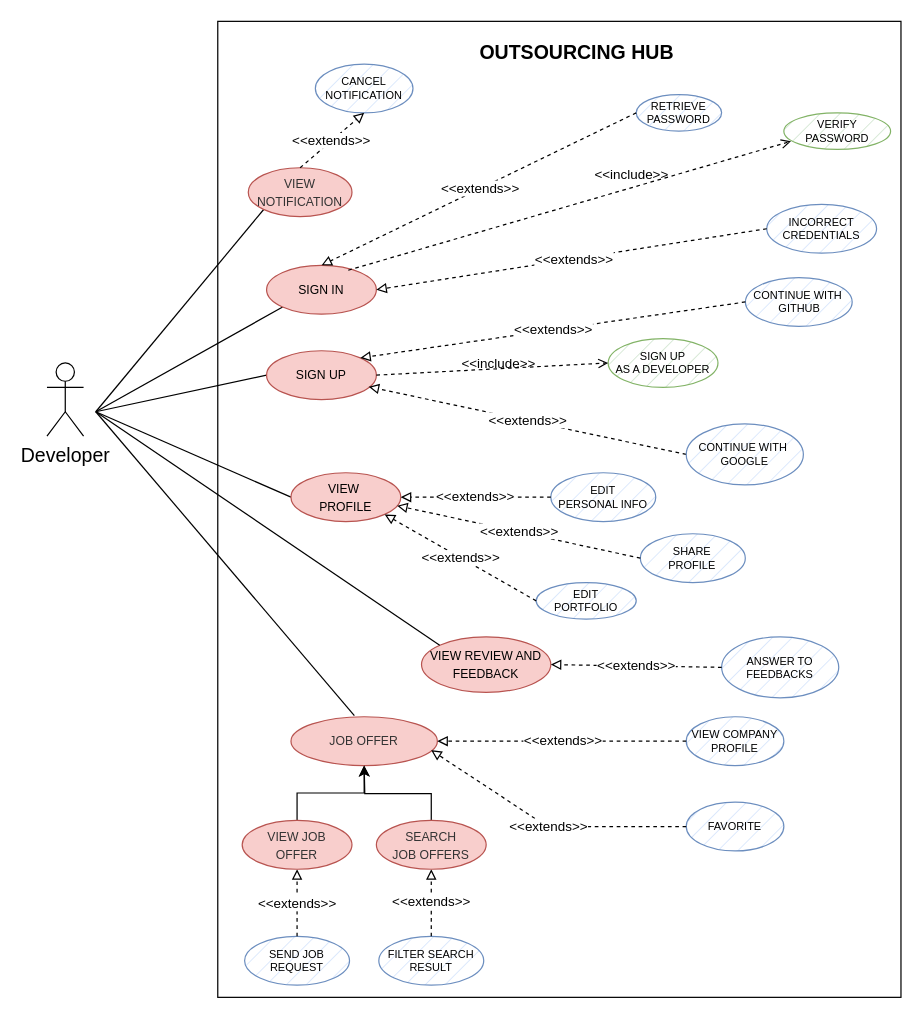
Before: use_cases/use_cases_dev.drawio in mattiadanisi00/ids, a draw.io diagram. Source tidied: cells renumbered, new cells numbered last; positions are measured from the earlier drawing's top-left corner, leaving out a move shared by most shapes. Both pictures are drawn from the tidied source at 122%, with x=0, y=0 at pixel (46, 21).
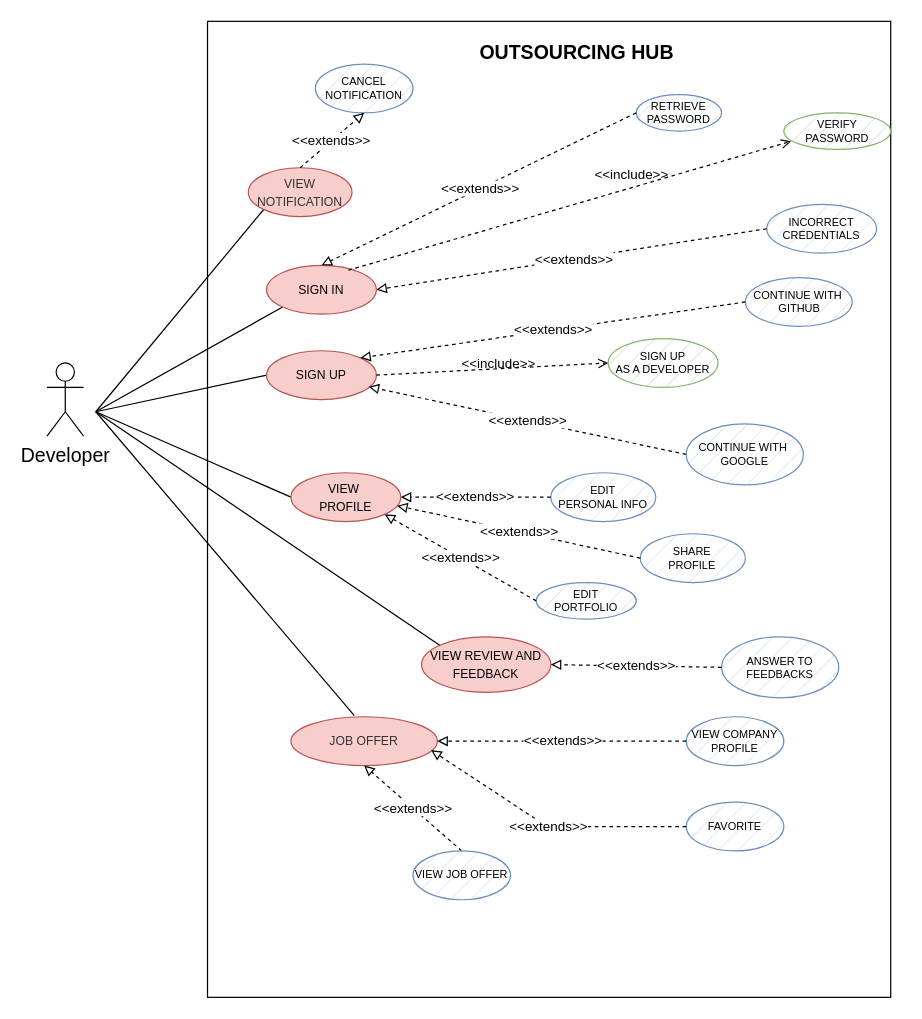
Above is the later version.

The change refers to these unchanged cells:
```xml
<mxCell id="27" value="&lt;span style=&quot;caret-color: rgb(0, 0, 0); font-family: Helvetica; font-size: x-small; font-style: normal; font-variant-caps: normal; font-weight: 400; letter-spacing: normal; text-align: center; text-indent: 0px; text-transform: none; word-spacing: 0px; -webkit-text-stroke-width: 0px; text-decoration: none; float: none; display: inline !important;&quot;&gt;&lt;font color=&quot;#333333&quot;&gt;JOB OFFER&lt;/font&gt;&lt;/span&gt;" style="ellipse;whiteSpace=wrap;html=1;fillColor=#f8cecc;strokeColor=#b85450;" parent="1" vertex="1">
  <mxGeometry x="200" y="570" width="120" height="40" as="geometry" />
</mxCell>
```

Diff of the diagram source:
```diff
@@
     <mxCell id="2" style="rounded=0;whiteSpace=wrap;html=1;" parent="1" vertex="1">
-      <mxGeometry x="140" width="560" height="800" as="geometry" />
+      <mxGeometry x="131.6" width="560" height="800" as="geometry" />
     </mxCell>
@@
-    <mxCell id="29" value="&lt;font style=&quot;font-size: 9px;&quot;&gt;SEND JOB&lt;br&gt;REQUEST&lt;br style=&quot;font-size: 9px;&quot;&gt;&lt;/font&gt;" style="ellipse;whiteSpace=wrap;html=1;fillColor=#dae8fc;strokeColor=#6c8ebf;fontSize=9;strokeWidth=1;fillStyle=hatch;" parent="1" vertex="1">
-      <mxGeometry x="162" y="750" width="86" height="40" as="geometry" />
-    </mxCell>
-    <mxCell id="30" value="&lt;font style=&quot;font-size: 9px;&quot;&gt;FILTER SEARCH RESULT&lt;br style=&quot;font-size: 9px;&quot;&gt;&lt;/font&gt;" style="ellipse;whiteSpace=wrap;html=1;fillColor=#dae8fc;strokeColor=#6c8ebf;fontSize=9;strokeWidth=1;fillStyle=hatch;" parent="1" vertex="1">
-      <mxGeometry x="272" y="750" width="86" height="40" as="geometry" />
-    </mxCell>
@@
-    <mxCell id="32" value="&amp;lt;&amp;lt;extends&amp;gt;&amp;gt;" style="endArrow=block;endFill=0;html=1;rounded=0;dashed=1;exitX=0.5;exitY=0;exitDx=0;exitDy=0;entryX=0.5;entryY=1;entryDx=0;entryDy=0;" parent="1" edge="1" source="30" target="46">
-      <mxGeometry relative="1" as="geometry" />
-    </mxCell>
@@
-    <mxCell id="34" value="&amp;lt;&amp;lt;extends&amp;gt;&amp;gt;" style="endArrow=block;endFill=0;html=1;rounded=0;dashed=1;exitX=0.5;exitY=0;exitDx=0;exitDy=0;entryX=0.5;entryY=1;entryDx=0;entryDy=0;" parent="1" edge="1" source="29" target="44">
-      <mxGeometry x="-0.01" relative="1" as="geometry" />
-    </mxCell>
@@
-    <mxCell id="43" style="edgeStyle=orthogonalEdgeStyle;rounded=0;jettySize=auto;html=1;exitX=0.5;exitY=0;exitDx=0;exitDy=0;entryX=0.5;entryY=1;entryDx=0;entryDy=0;" parent="1" edge="1" source="44" target="27">
-      <mxGeometry relative="1" as="geometry" />
-    </mxCell>
-    <mxCell id="44" value="&lt;span style=&quot;caret-color: rgb(0, 0, 0); font-family: Helvetica; font-size: x-small; font-style: normal; font-variant-caps: normal; font-weight: 400; letter-spacing: normal; text-align: center; text-indent: 0px; text-transform: none; word-spacing: 0px; -webkit-text-stroke-width: 0px; text-decoration: none; float: none; display: inline !important;&quot;&gt;&lt;font color=&quot;#333333&quot;&gt;VIEW JOB&lt;br&gt;OFFER&lt;br&gt;&lt;/font&gt;&lt;/span&gt;" style="ellipse;whiteSpace=wrap;html=1;fillColor=#f8cecc;strokeColor=#b85450;" parent="1" vertex="1">
-      <mxGeometry x="160" y="655" width="90" height="40" as="geometry" />
-    </mxCell>
-    <mxCell id="45" style="edgeStyle=orthogonalEdgeStyle;rounded=0;jettySize=auto;html=1;exitX=0.5;exitY=0;exitDx=0;exitDy=0;" parent="1" edge="1" source="46">
-      <mxGeometry relative="1" as="geometry">
-        <mxPoint x="260" y="610" as="targetPoint" />
-      </mxGeometry>
-    </mxCell>
-    <mxCell id="46" value="&lt;span style=&quot;caret-color: rgb(0, 0, 0); font-family: Helvetica; font-size: x-small; font-style: normal; font-variant-caps: normal; font-weight: 400; letter-spacing: normal; text-align: center; text-indent: 0px; text-transform: none; word-spacing: 0px; -webkit-text-stroke-width: 0px; text-decoration: none; float: none; display: inline !important;&quot;&gt;&lt;font color=&quot;#333333&quot;&gt;SEARCH&lt;br&gt;JOB OFFERS&lt;br&gt;&lt;/font&gt;&lt;/span&gt;" style="ellipse;whiteSpace=wrap;html=1;fillColor=#f8cecc;strokeColor=#b85450;" parent="1" vertex="1">
-      <mxGeometry x="270" y="655" width="90" height="40" as="geometry" />
-    </mxCell>
@@
+    <mxCell id="43" value="&amp;lt;&amp;lt;extends&amp;gt;&amp;gt;" style="endArrow=block;endFill=0;html=1;rounded=0;dashed=1;entryX=0.5;entryY=1;entryDx=0;entryDy=0;exitX=0.5;exitY=0;exitDx=0;exitDy=0;" parent="1" edge="1" source="44" target="27">
+      <mxGeometry x="-0.01" relative="1" as="geometry" />
+    </mxCell>
+    <mxCell id="44" value="&lt;font style=&quot;font-size: 9px;&quot;&gt;VIEW JOB OFFER&lt;br style=&quot;font-size: 9px;&quot;&gt;&lt;/font&gt;" style="ellipse;whiteSpace=wrap;html=1;fillColor=#dae8fc;strokeColor=#6c8ebf;fontSize=9;strokeWidth=1;fillStyle=hatch;" parent="1" vertex="1">
+      <mxGeometry x="300" y="680" width="80" height="40" as="geometry" />
+    </mxCell>
```
